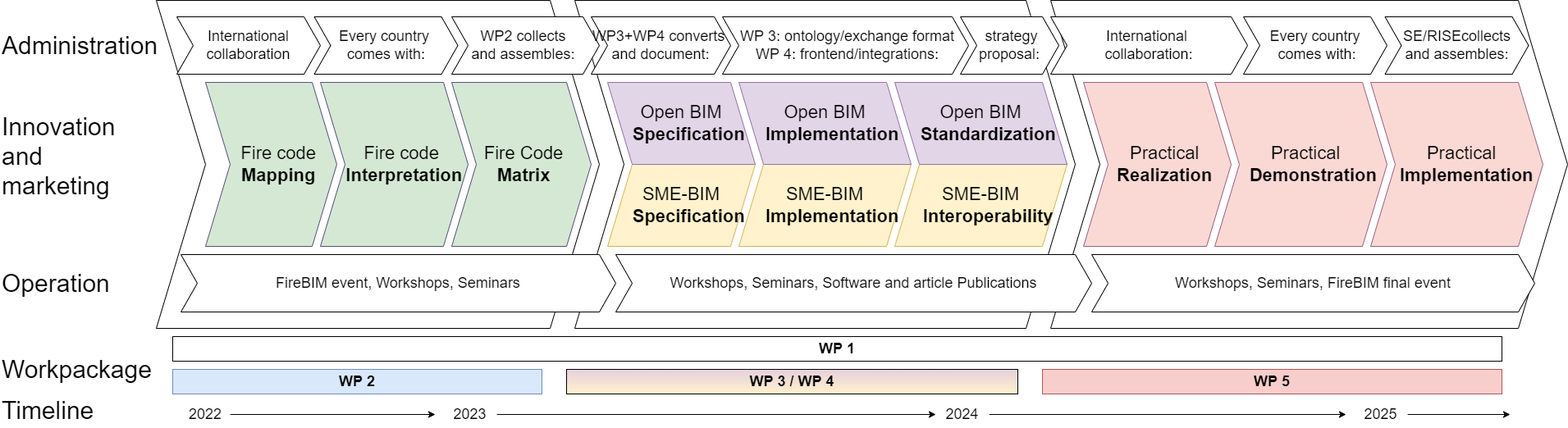
Before: diagram/FireBIM.drawio.png, a diagram exported from draw.io (Kristoffernegendahl/fireBIM). Source tidied: cells renumbered, new cells last; positions are measured from the earlier drawing's top-left corner, leaving out a move shared by most shapes.
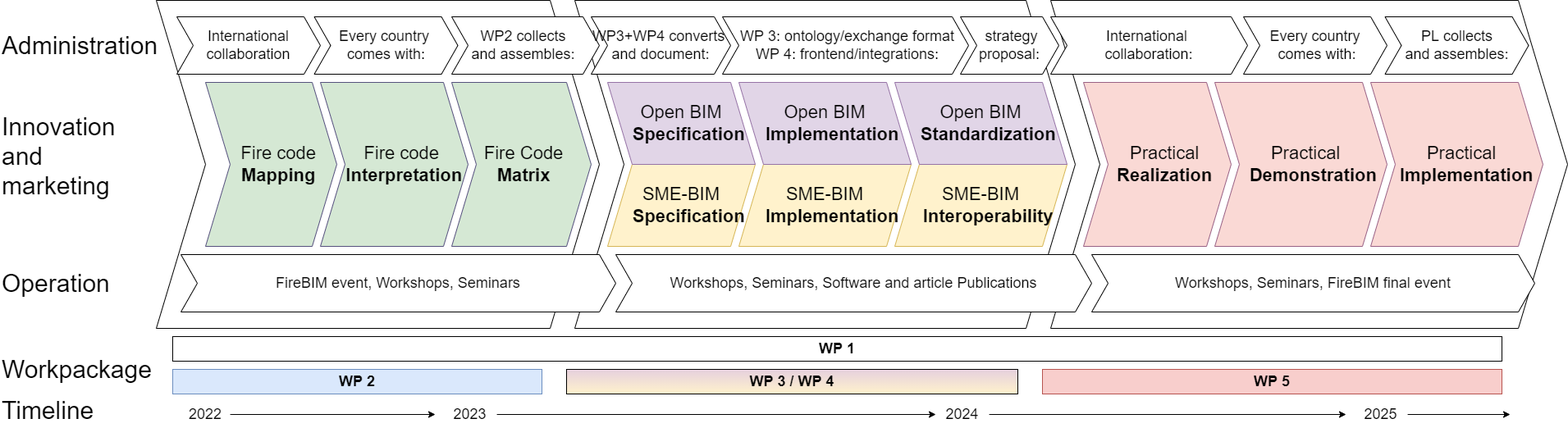
Later version of the same file.

Change to the diagram source:
```diff
@@ -68,7 +68,7 @@
     <mxCell id="23" value="&lt;font style=&quot;font-size: 18px&quot;&gt;Every country&lt;br&gt;&amp;nbsp;comes with:&lt;/font&gt;" style="shape=step;perimeter=stepPerimeter;whiteSpace=wrap;html=1;fixedSize=1;size=20;" parent="1" vertex="1">
       <mxGeometry x="1515" y="20" width="175" height="70" as="geometry" />
     </mxCell>
-    <mxCell id="24" value="&lt;font style=&quot;font-size: 18px&quot;&gt;SE/RISEcollects&lt;br&gt;&amp;nbsp;and assembles:&amp;nbsp;&lt;/font&gt;" style="shape=step;perimeter=stepPerimeter;whiteSpace=wrap;html=1;fixedSize=1;size=20;" parent="1" vertex="1">
+    <mxCell id="24" value="&lt;font style=&quot;font-size: 18px&quot;&gt;PL collects&lt;br&gt;&amp;nbsp;and assembles:&amp;nbsp;&lt;/font&gt;" style="shape=step;perimeter=stepPerimeter;whiteSpace=wrap;html=1;fixedSize=1;size=20;" parent="1" vertex="1">
       <mxGeometry x="1687.5" y="20" width="175" height="70" as="geometry" />
     </mxCell>
     <mxCell id="25" value="&lt;font style=&quot;font-size: 30px&quot;&gt;Administration&lt;/font&gt;" style="text;html=1;strokeColor=none;fillColor=none;align=left;verticalAlign=middle;whiteSpace=wrap;rounded=0;" parent="1" vertex="1">
```
